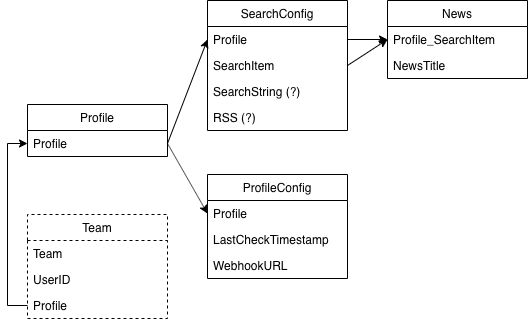
Earlier version of the draw.io export img/data-model.png (andrewaddo/news-feed-handler). Source tidied: cells renumbered, new cells last; positions are measured from the earlier drawing's top-left corner, leaving out a move shared by most shapes.
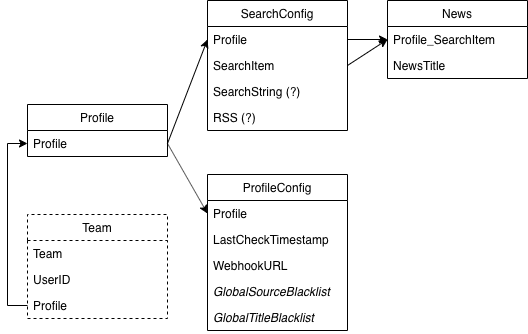
After the change.

Diff of the diagram source:
```diff
@@ -12,7 +12,7 @@
       <mxGeometry relative="1" as="geometry" />
     </mxCell>
     <mxCell id="5" value="ProfileConfig" style="swimlane;fontStyle=0;horizontal=1;startSize=26;fillColor=none;" parent="1" vertex="1">
-      <mxGeometry x="180" y="174" width="140" height="104" as="geometry" />
+      <mxGeometry x="180" y="174" width="140" height="156" as="geometry" />
     </mxCell>
     <mxCell id="6" value="Profile" style="text;strokeColor=none;fillColor=none;align=left;verticalAlign=top;spacingLeft=4;spacingRight=4;overflow=hidden;points=[[0,0.5],[1,0.5]];portConstraint=eastwest;" parent="5" vertex="1">
       <mxGeometry y="26" width="140" height="26" as="geometry" />
@@ -23,6 +23,12 @@
     <mxCell id="8" value="WebhookURL" style="text;strokeColor=none;fillColor=none;align=left;verticalAlign=top;spacingLeft=4;spacingRight=4;overflow=hidden;" parent="5" vertex="1">
       <mxGeometry y="78" width="140" height="26" as="geometry" />
     </mxCell>
+    <mxCell id="25" value="GlobalSourceBlacklist" style="text;strokeColor=none;fillColor=none;align=left;verticalAlign=top;spacingLeft=4;spacingRight=4;overflow=hidden;fontStyle=2;" parent="5" vertex="1">
+      <mxGeometry y="104" width="140" height="26" as="geometry" />
+    </mxCell>
+    <mxCell id="26" value="GlobalTitleBlacklist" style="text;strokeColor=none;fillColor=none;align=left;verticalAlign=top;spacingLeft=4;spacingRight=4;overflow=hidden;fontStyle=2;" parent="5" vertex="1">
+      <mxGeometry y="130" width="140" height="26" as="geometry" />
+    </mxCell>
     <mxCell id="9" value="SearchConfig" style="swimlane;fontStyle=0;horizontal=1;startSize=26;fillColor=none;" parent="1" vertex="1">
       <mxGeometry x="180" width="140" height="130" as="geometry" />
     </mxCell>
```
